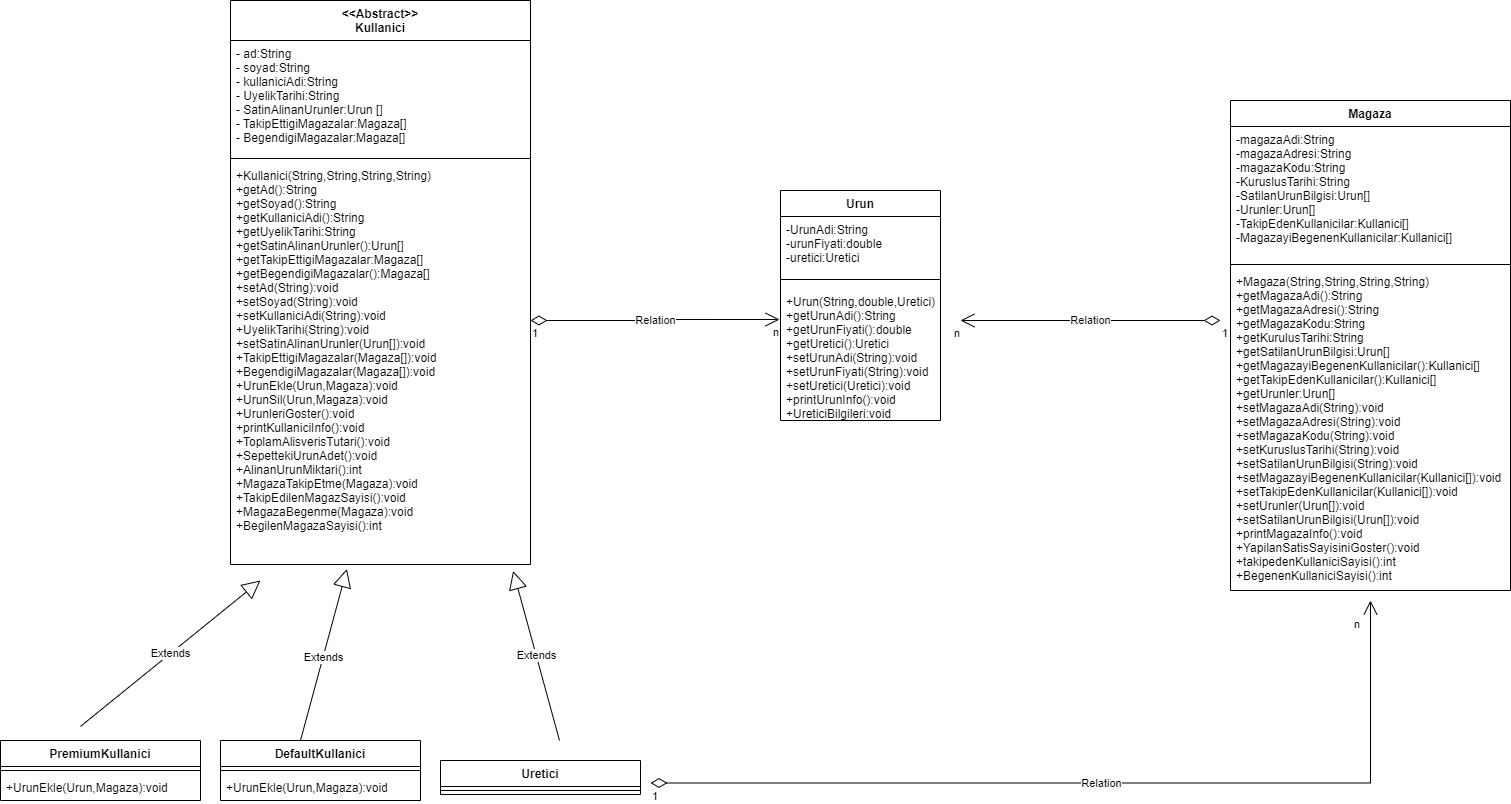
Earlier version of the draw.io export BpProjeUml/Uml.png (Aliylmaz/patika.dev-projeler). Source tidied: cells renumbered, new cells last; positions are measured from the earlier drawing's top-left corner, leaving out a move shared by most shapes.
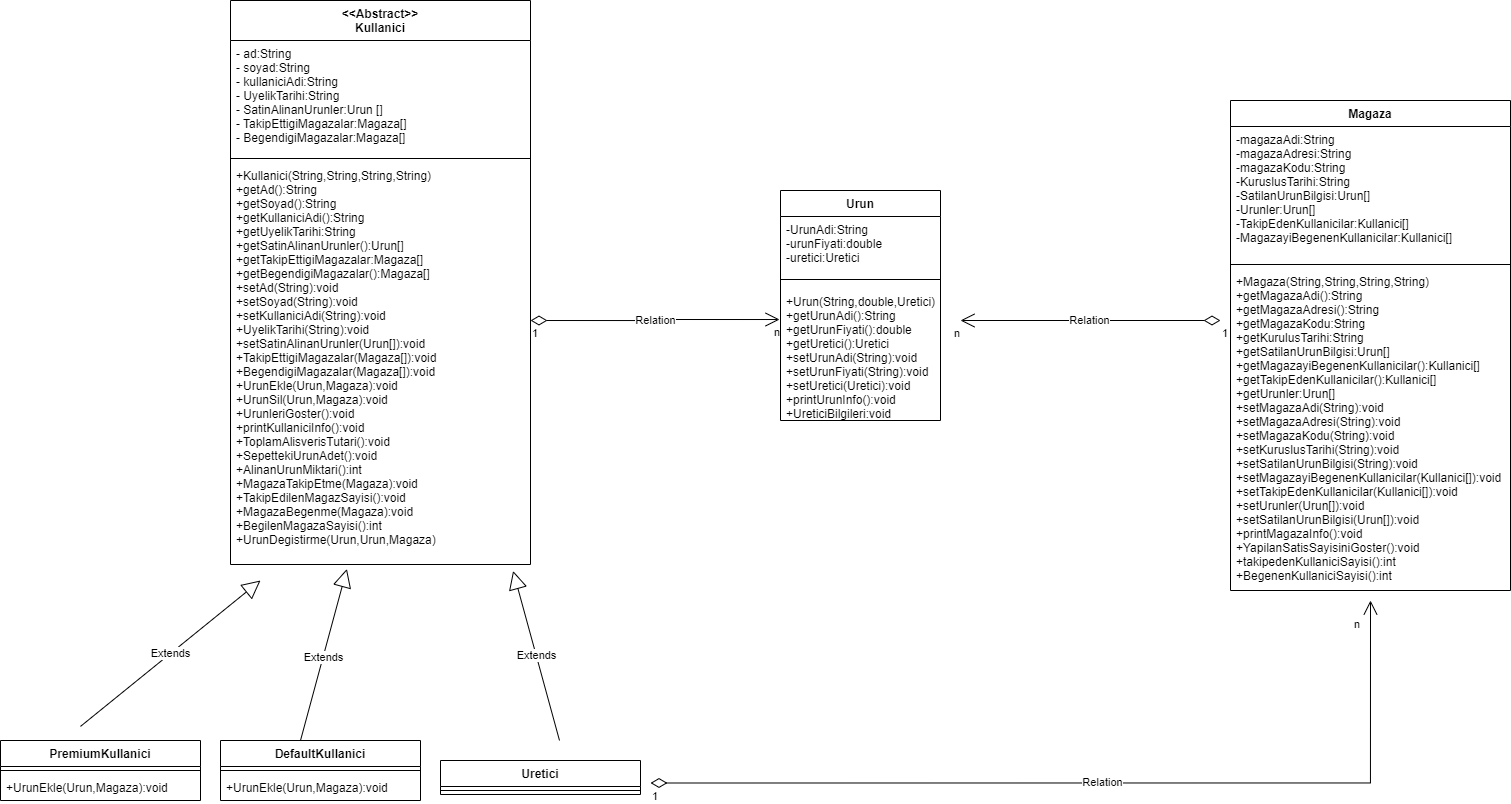
The same file after the commit.

Change to the diagram source:
```diff
@@ -11,7 +11,7 @@
     <mxCell id="4" style="line;strokeWidth=1;fillColor=none;align=left;verticalAlign=middle;spacingTop=-1;spacingLeft=3;spacingRight=3;labelPosition=right;strokeColor=inherit;" parent="2" vertex="1">
       <mxGeometry y="154" width="300" height="8" as="geometry" />
     </mxCell>
-    <mxCell id="5" value="+Kullanici(String,String,String,String)&#10;+getAd():String&#10;+getSoyad():String&#10;+getKullaniciAdi():String&#10;+getUyelikTarihi:String&#10;+getSatinAlinanUrunler():Urun[]&#10;+getTakipEttigiMagazalar:Magaza[]&#10;+getBegendigiMagazalar():Magaza[] &#10;+setAd(String):void&#10;+setSoyad(String):void&#10;+setKullaniciAdi(String):void&#10;+UyelikTarihi(String):void&#10;+setSatinAlinanUrunler(Urun[]):void&#10;+TakipEttigiMagazalar(Magaza[]):void&#10;+BegendigiMagazalar(Magaza[]):void&#10;+UrunEkle(Urun,Magaza):void&#10;+UrunSil(Urun,Magaza):void&#10;+UrunleriGoster():void&#10;+printKullaniciInfo():void&#10;+ToplamAlisverisTutari():void&#10;+SepettekiUrunAdet():void&#10;+AlinanUrunMiktari():int&#10;+MagazaTakipEtme(Magaza):void&#10;+TakipEdilenMagazSayisi():void&#10;+MagazaBegenme(Magaza):void&#10;+BegilenMagazaSayisi():int" style="text;strokeColor=none;fillColor=none;align=left;verticalAlign=top;spacingLeft=4;spacingRight=4;overflow=hidden;points=[[0,0.5],[1,0.5]];portConstraint=eastwest;" parent="2" vertex="1">
+    <mxCell id="5" value="+Kullanici(String,String,String,String)&#10;+getAd():String&#10;+getSoyad():String&#10;+getKullaniciAdi():String&#10;+getUyelikTarihi:String&#10;+getSatinAlinanUrunler():Urun[]&#10;+getTakipEttigiMagazalar:Magaza[]&#10;+getBegendigiMagazalar():Magaza[] &#10;+setAd(String):void&#10;+setSoyad(String):void&#10;+setKullaniciAdi(String):void&#10;+UyelikTarihi(String):void&#10;+setSatinAlinanUrunler(Urun[]):void&#10;+TakipEttigiMagazalar(Magaza[]):void&#10;+BegendigiMagazalar(Magaza[]):void&#10;+UrunEkle(Urun,Magaza):void&#10;+UrunSil(Urun,Magaza):void&#10;+UrunleriGoster():void&#10;+printKullaniciInfo():void&#10;+ToplamAlisverisTutari():void&#10;+SepettekiUrunAdet():void&#10;+AlinanUrunMiktari():int&#10;+MagazaTakipEtme(Magaza):void&#10;+TakipEdilenMagazSayisi():void&#10;+MagazaBegenme(Magaza):void&#10;+BegilenMagazaSayisi():int&#10;+UrunDegistirme(Urun,Urun,Magaza)" style="text;strokeColor=none;fillColor=none;align=left;verticalAlign=top;spacingLeft=4;spacingRight=4;overflow=hidden;points=[[0,0.5],[1,0.5]];portConstraint=eastwest;" parent="2" vertex="1">
       <mxGeometry y="162" width="300" height="402" as="geometry" />
     </mxCell>
     <mxCell id="6" value="PremiumKullanici" style="swimlane;fontStyle=1;align=center;verticalAlign=top;horizontal=1;startSize=26;" parent="1" vertex="1">
```
